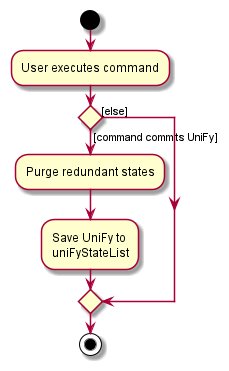
Earlier version of the PlantUML export docs/images/CommitActivityDiagram.png (nus-cs2103-AY2122S1/tp).
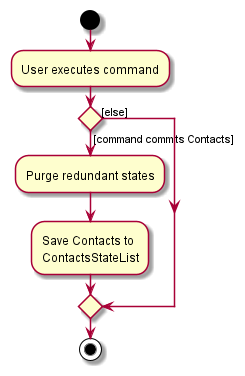
The same file after the commit.

Change to the diagram source:
```diff
@@ -3,10 +3,10 @@
 :User executes command;
 
 
-if () then ([command commits UniFy])
+if () then ([command commits Contacts])
     :Purge redundant states;
-    :Save UniFy to
-    uniFyStateList;
+    :Save Contacts to
+    ContactsStateList;
 else ([else])
 endif
 stop
```
